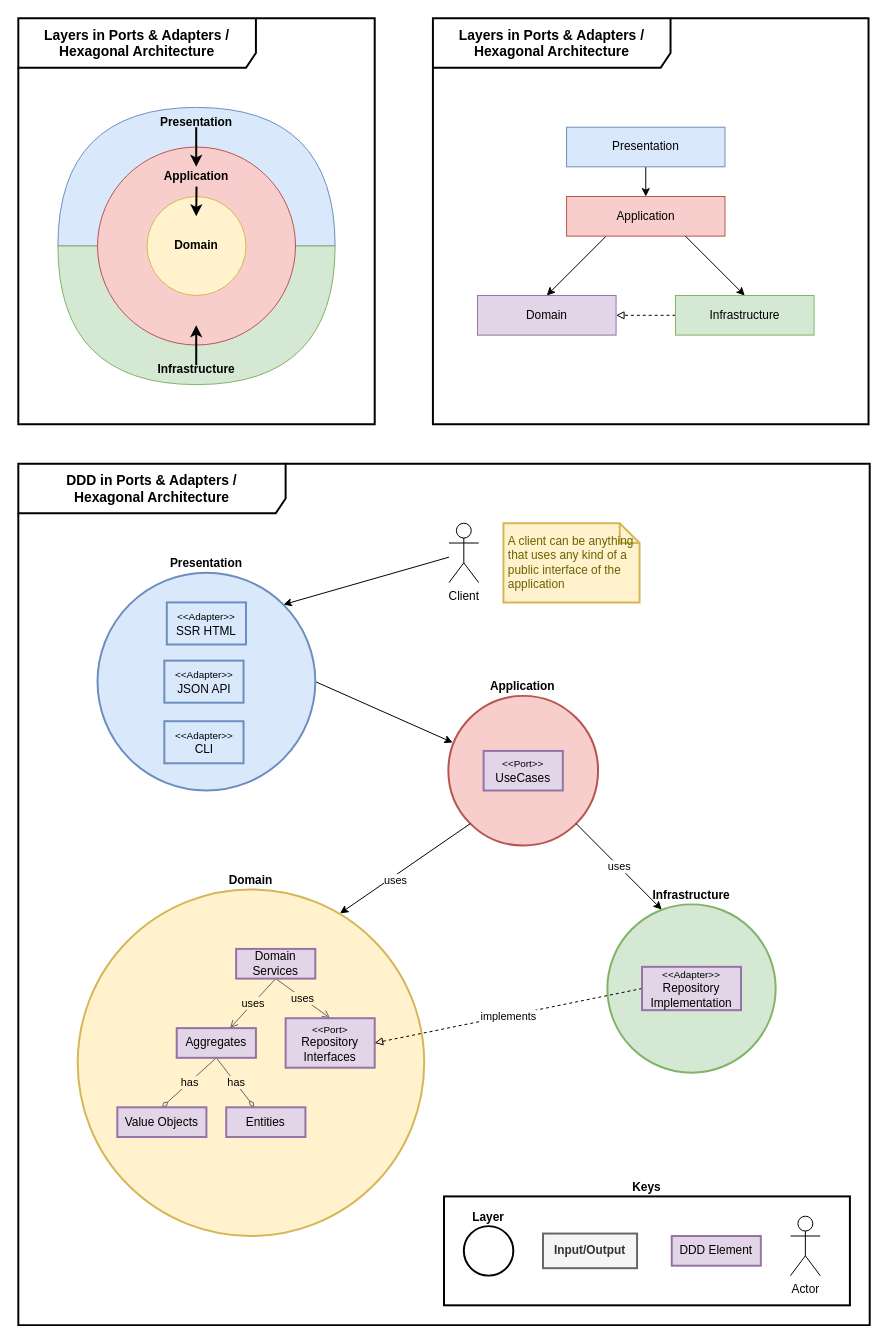
Earlier version of the draw.io diagram assets/diagrams/DDD-Hexagonal-Architecture2.drawio (floriankraemer/floriankraemer.github.io). Source tidied: cells renumbered, new cells numbered last; positions are measured from the earlier drawing's top-left corner, leaving out a move shared by most shapes. Both pictures are drawn from the tidied source at 99%, with x=0, y=0 at pixel (18, 18).
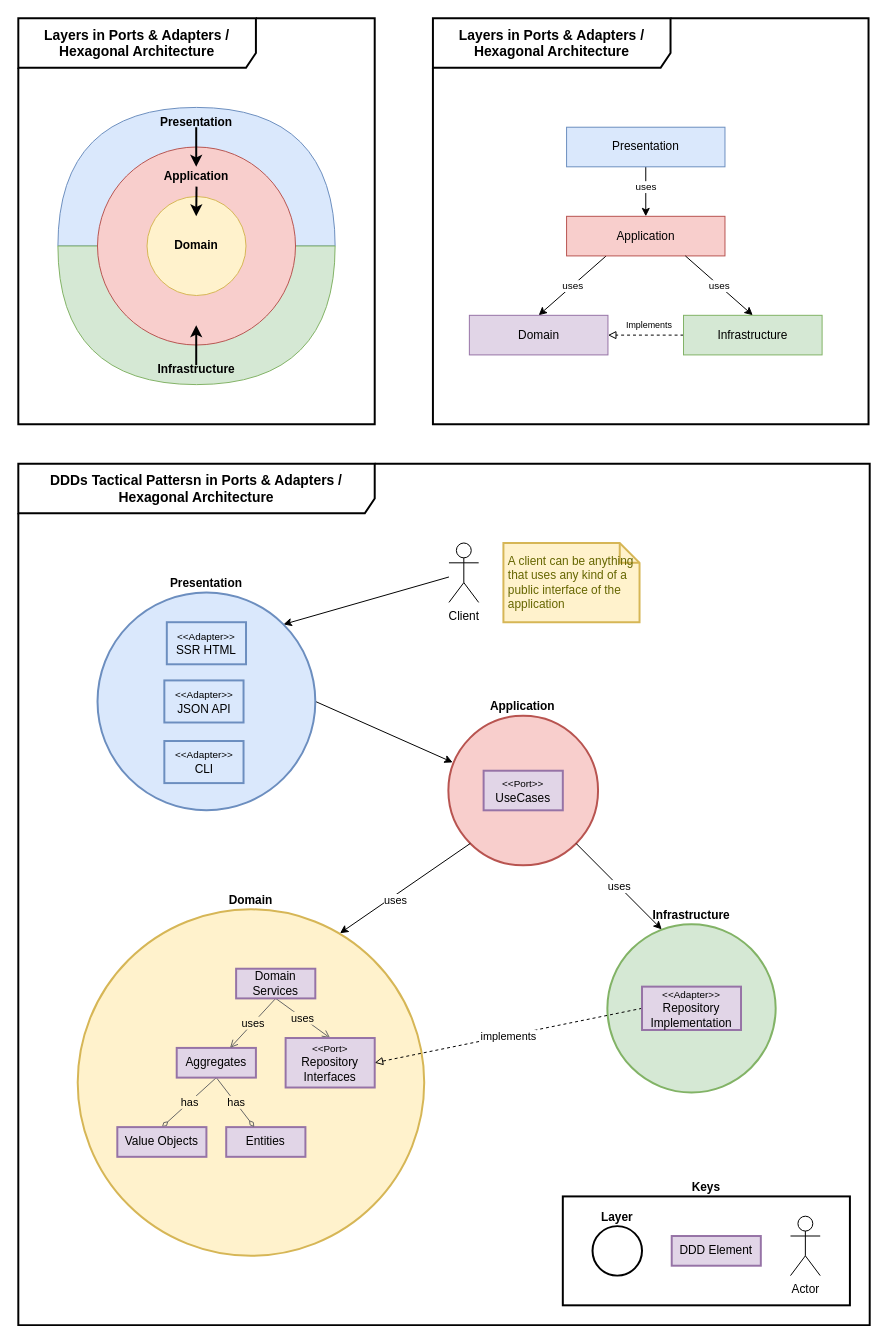
The same diagram, later.

Unchanged cells that the change refers to:
```xml
<mxCell id="44" value="Presentation" style="rounded=0;whiteSpace=wrap;html=1;fillColor=#dae8fc;strokeColor=#6c8ebf;" parent="1" vertex="1">
  <mxGeometry x="553.8" y="110" width="160" height="40" as="geometry" />
</mxCell>
```

What changed in the source:
```diff
@@
     <mxCell id="13" value="Keys" style="rounded=0;whiteSpace=wrap;html=1;fillColor=none;labelPosition=center;verticalLabelPosition=top;align=center;verticalAlign=bottom;fontStyle=1;strokeWidth=2;" parent="1" vertex="1">
-      <mxGeometry x="430" y="1190" width="410" height="110" as="geometry" />
+      <mxGeometry x="550" y="1190" width="290" height="110" as="geometry" />
     </mxCell>
     <mxCell id="14" value="Application" style="ellipse;whiteSpace=wrap;html=1;labelPosition=center;verticalLabelPosition=top;align=center;verticalAlign=bottom;fontStyle=1;fillColor=#f8cecc;strokeColor=#b85450;strokeWidth=2;" parent="1" vertex="1">
-      <mxGeometry x="434.4" y="684.4" width="151.2" height="151.2" as="geometry" />
+      <mxGeometry x="434.4" y="704.4" width="151.2" height="151.2" as="geometry" />
     </mxCell>
     <mxCell id="15" value="Domain" style="ellipse;whiteSpace=wrap;html=1;labelPosition=center;verticalLabelPosition=top;align=center;verticalAlign=bottom;fontStyle=1;fillColor=#fff2cc;strokeColor=#d6b656;strokeWidth=2;" parent="1" vertex="1">
-      <mxGeometry x="60" y="880" width="350" height="350" as="geometry" />
+      <mxGeometry x="60" y="900" width="350" height="350" as="geometry" />
     </mxCell>
     <mxCell id="16" value="Entities" style="rounded=0;whiteSpace=wrap;html=1;fillColor=#e1d5e7;strokeColor=#9673a6;strokeWidth=2;" parent="1" vertex="1">
-      <mxGeometry x="210" y="1100" width="80" height="30" as="geometry" />
+      <mxGeometry x="210" y="1120" width="80" height="30" as="geometry" />
     </mxCell>
@@
     <mxCell id="19" value="Aggregates" style="rounded=0;whiteSpace=wrap;html=1;fillColor=#e1d5e7;strokeColor=#9673a6;strokeWidth=2;" parent="1" vertex="1">
-      <mxGeometry x="160" y="1020" width="80" height="30" as="geometry" />
+      <mxGeometry x="160" y="1040" width="80" height="30" as="geometry" />
     </mxCell>
     <mxCell id="20" value="Value Objects" style="rounded=0;whiteSpace=wrap;html=1;fillColor=#e1d5e7;strokeColor=#9673a6;strokeWidth=2;" parent="1" vertex="1">
-      <mxGeometry x="100" y="1100" width="90" height="30" as="geometry" />
+      <mxGeometry x="100" y="1120" width="90" height="30" as="geometry" />
     </mxCell>
@@
     <mxCell id="23" value="Domain&lt;br&gt;Services" style="rounded=0;whiteSpace=wrap;html=1;fillColor=#e1d5e7;strokeColor=#9673a6;strokeWidth=2;" parent="1" vertex="1">
-      <mxGeometry x="220" y="940" width="80" height="30" as="geometry" />
+      <mxGeometry x="220" y="960" width="80" height="30" as="geometry" />
     </mxCell>
     <mxCell id="24" value="&lt;font style=&quot;font-size: 10px;&quot;&gt;&amp;lt;&amp;lt;Port&amp;gt;&lt;/font&gt;&lt;br&gt;Repository&lt;br&gt;Interfaces" style="rounded=0;whiteSpace=wrap;html=1;fillColor=#e1d5e7;strokeColor=#9673a6;strokeWidth=2;" parent="1" vertex="1">
-      <mxGeometry x="270" y="1010" width="90" height="50" as="geometry" />
+      <mxGeometry x="270" y="1030" width="90" height="50" as="geometry" />
     </mxCell>
     <mxCell id="25" value="Infrastructure" style="ellipse;whiteSpace=wrap;html=1;labelPosition=center;verticalLabelPosition=top;align=center;verticalAlign=bottom;fontStyle=1;fillColor=#d5e8d4;strokeColor=#82b366;strokeWidth=2;" parent="1" vertex="1">
-      <mxGeometry x="595" y="895" width="170" height="170" as="geometry" />
+      <mxGeometry x="595" y="915" width="170" height="170" as="geometry" />
     </mxCell>
@@
     <mxCell id="27" value="&lt;font style=&quot;font-size: 10px;&quot;&gt;&amp;lt;&amp;lt;Adapter&amp;gt;&amp;gt;&lt;/font&gt;&lt;br&gt;Repository&lt;br&gt;Implementation" style="rounded=0;whiteSpace=wrap;html=1;fillColor=#e1d5e7;strokeColor=#9673a6;strokeWidth=2;" parent="1" vertex="1">
-      <mxGeometry x="630" y="958.1" width="100" height="43.8" as="geometry" />
+      <mxGeometry x="630" y="978.1" width="100" height="43.8" as="geometry" />
     </mxCell>
@@
     <mxCell id="30" value="&lt;font style=&quot;font-size: 10px;&quot;&gt;&amp;lt;&amp;lt;Port&amp;gt;&amp;gt;&lt;/font&gt;&lt;br&gt;UseCases" style="rounded=0;whiteSpace=wrap;html=1;fillColor=#e1d5e7;strokeColor=#9673a6;strokeWidth=2;" parent="1" vertex="1">
-      <mxGeometry x="470" y="740" width="80" height="40" as="geometry" />
+      <mxGeometry x="470" y="760" width="80" height="40" as="geometry" />
     </mxCell>
-    <mxCell id="31" value="DDD in Ports &amp;amp; Adapters /&lt;br&gt;Hexagonal Architecture" style="shape=umlFrame;whiteSpace=wrap;html=1;width=270;height=50;fontStyle=1;strokeWidth=2;fontSize=14;" parent="1" vertex="1">
+    <mxCell id="31" value="DDDs Tactical Pattersn in Ports &amp;amp; Adapters /&lt;br&gt;Hexagonal Architecture" style="shape=umlFrame;whiteSpace=wrap;html=1;width=360;height=50;fontStyle=1;strokeWidth=2;fontSize=14;" parent="1" vertex="1">
       <mxGeometry y="450" width="860" height="870" as="geometry" />
     </mxCell>
@@
     <mxCell id="33" value="Client" style="shape=umlActor;verticalLabelPosition=bottom;verticalAlign=top;html=1;outlineConnect=0;" parent="1" vertex="1">
-      <mxGeometry x="435" y="510" width="30" height="60" as="geometry" />
+      <mxGeometry x="435" y="530" width="30" height="60" as="geometry" />
     </mxCell>
@@
     <mxCell id="35" value="Presentation" style="ellipse;whiteSpace=wrap;html=1;labelPosition=center;verticalLabelPosition=top;align=center;verticalAlign=bottom;fontStyle=1;fillColor=#dae8fc;strokeColor=#6c8ebf;strokeWidth=2;" parent="1" vertex="1">
-      <mxGeometry x="80" y="560" width="220" height="220" as="geometry" />
+      <mxGeometry x="80" y="580" width="220" height="220" as="geometry" />
     </mxCell>
@@
     <mxCell id="37" value="Layer" style="ellipse;whiteSpace=wrap;html=1;labelPosition=center;verticalLabelPosition=top;align=center;verticalAlign=bottom;fontStyle=1;strokeWidth=2;" parent="1" vertex="1">
-      <mxGeometry x="450" y="1220" width="50" height="50" as="geometry" />
+      <mxGeometry x="580" y="1220" width="50" height="50" as="geometry" />
     </mxCell>
-    <mxCell id="38" value="&lt;b&gt;Input/Output&lt;span style=&quot;font-size: 10px;&quot;&gt;&lt;br&gt;&lt;/span&gt;&lt;/b&gt;" style="rounded=0;whiteSpace=wrap;html=1;fillColor=#f5f5f5;strokeColor=#666666;strokeWidth=2;fontColor=#333333;" parent="1" vertex="1">
-      <mxGeometry x="530" y="1227.5" width="95" height="35" as="geometry" />
-    </mxCell>
@@
     <mxCell id="40" value="&lt;font style=&quot;font-size: 10px;&quot;&gt;&amp;lt;&amp;lt;Adapter&amp;gt;&amp;gt;&lt;/font&gt;&lt;br&gt;JSON API" style="rounded=0;whiteSpace=wrap;html=1;fillColor=#dae8fc;strokeColor=#6c8ebf;strokeWidth=2;" parent="1" vertex="1">
-      <mxGeometry x="147.5" y="648.8" width="80" height="42.5" as="geometry" />
+      <mxGeometry x="147.5" y="668.8" width="80" height="42.5" as="geometry" />
     </mxCell>
     <mxCell id="41" value="&lt;font style=&quot;font-size: 10px;&quot;&gt;&amp;lt;&amp;lt;Adapter&amp;gt;&amp;gt;&lt;/font&gt;&lt;br&gt;CLI" style="rounded=0;whiteSpace=wrap;html=1;fillColor=#dae8fc;strokeColor=#6c8ebf;strokeWidth=2;" parent="1" vertex="1">
-      <mxGeometry x="147.5" y="710" width="80" height="42.5" as="geometry" />
+      <mxGeometry x="147.5" y="730" width="80" height="42.5" as="geometry" />
     </mxCell>
     <mxCell id="42" value="&lt;font style=&quot;font-size: 10px;&quot;&gt;&amp;lt;&amp;lt;Adapter&amp;gt;&amp;gt;&lt;/font&gt;&lt;br&gt;SSR HTML" style="rounded=0;whiteSpace=wrap;html=1;fillColor=#dae8fc;strokeColor=#6c8ebf;strokeWidth=2;" parent="1" vertex="1">
-      <mxGeometry x="150" y="590" width="80" height="42.5" as="geometry" />
+      <mxGeometry x="150" y="610" width="80" height="42.5" as="geometry" />
     </mxCell>
-    <mxCell id="43" style="edgeStyle=orthogonalEdgeStyle;rounded=0;jettySize=auto;html=1;exitX=0.5;exitY=1;exitDx=0;exitDy=0;entryX=0.5;entryY=0;entryDx=0;entryDy=0;" parent="1" edge="1" source="44" target="46">
-      <mxGeometry relative="1" as="geometry" />
+    <mxCell id="43" value="uses" style="edgeStyle=orthogonalEdgeStyle;rounded=0;jettySize=auto;html=1;exitX=0.5;exitY=1;exitDx=0;exitDy=0;entryX=0.5;entryY=0;entryDx=0;entryDy=0;fontSize=10;" parent="1" edge="1" source="44" target="46">
+      <mxGeometry x="-0.2" relative="1" as="geometry" />
     </mxCell>
@@
-    <mxCell id="45" style="rounded=0;jettySize=auto;html=1;exitX=0.25;exitY=1;exitDx=0;exitDy=0;entryX=0.5;entryY=0;entryDx=0;entryDy=0;" parent="1" edge="1" source="46" target="48">
+    <mxCell id="45" value="uses" style="rounded=0;jettySize=auto;html=1;exitX=0.25;exitY=1;exitDx=0;exitDy=0;entryX=0.5;entryY=0;entryDx=0;entryDy=0;fontSize=10;" parent="1" edge="1" source="46" target="48">
       <mxGeometry relative="1" as="geometry" />
     </mxCell>
     <mxCell id="46" value="Application" style="rounded=0;whiteSpace=wrap;html=1;fillColor=#f8cecc;strokeColor=#b85450;" parent="1" vertex="1">
-      <mxGeometry x="553.8" y="180" width="160" height="40" as="geometry" />
+      <mxGeometry x="553.8" y="200" width="160" height="40" as="geometry" />
     </mxCell>
-    <mxCell id="47" style="rounded=0;jettySize=auto;html=1;exitX=0.75;exitY=1;exitDx=0;exitDy=0;entryX=0.5;entryY=0;entryDx=0;entryDy=0;" parent="1" edge="1" source="46" target="50">
+    <mxCell id="47" value="uses" style="rounded=0;jettySize=auto;html=1;exitX=0.75;exitY=1;exitDx=0;exitDy=0;entryX=0.5;entryY=0;entryDx=0;entryDy=0;fontSize=10;" parent="1" edge="1" source="46" target="50">
       <mxGeometry relative="1" as="geometry" />
     </mxCell>
     <mxCell id="48" value="Domain" style="rounded=0;whiteSpace=wrap;html=1;fillColor=#e1d5e7;strokeColor=#9673a6;" parent="1" vertex="1">
-      <mxGeometry x="463.8" y="280" width="140" height="40" as="geometry" />
+      <mxGeometry x="455.6" y="300" width="140" height="40" as="geometry" />
     </mxCell>
-    <mxCell id="49" style="edgeStyle=orthogonalEdgeStyle;rounded=0;jettySize=auto;html=1;entryX=1;entryY=0.5;entryDx=0;entryDy=0;dashed=1;endArrow=block;endFill=0;" parent="1" edge="1" source="50" target="48">
-      <mxGeometry relative="1" as="geometry" />
+    <mxCell id="49" value="Implements" style="edgeStyle=orthogonalEdgeStyle;rounded=0;jettySize=auto;html=1;exitX=0;exitY=0.5;exitDx=0;exitDy=0;endArrow=block;endFill=0;dashed=1;fontSize=9;" parent="1" edge="1" source="50" target="48">
+      <mxGeometry x="-0.09" y="-10" relative="1" as="geometry" />
     </mxCell>
     <mxCell id="50" value="Infrastructure" style="rounded=0;whiteSpace=wrap;html=1;fillColor=#d5e8d4;strokeColor=#82b366;" parent="1" vertex="1">
-      <mxGeometry x="663.8" y="280" width="140" height="40" as="geometry" />
+      <mxGeometry x="671.9" y="300" width="140" height="40" as="geometry" />
     </mxCell>
@@
     <mxCell id="52" value="A client can be anything that uses any kind of a public interface of the application" style="shape=note;strokeWidth=2;fontSize=12;size=20;whiteSpace=wrap;html=1;fillColor=#fff2cc;strokeColor=#d6b656;fontColor=#666600;spacing=5;align=left;" parent="1" vertex="1">
-      <mxGeometry x="490" y="510" width="137.5" height="80" as="geometry" />
+      <mxGeometry x="490" y="530" width="137.5" height="80" as="geometry" />
     </mxCell>
```
